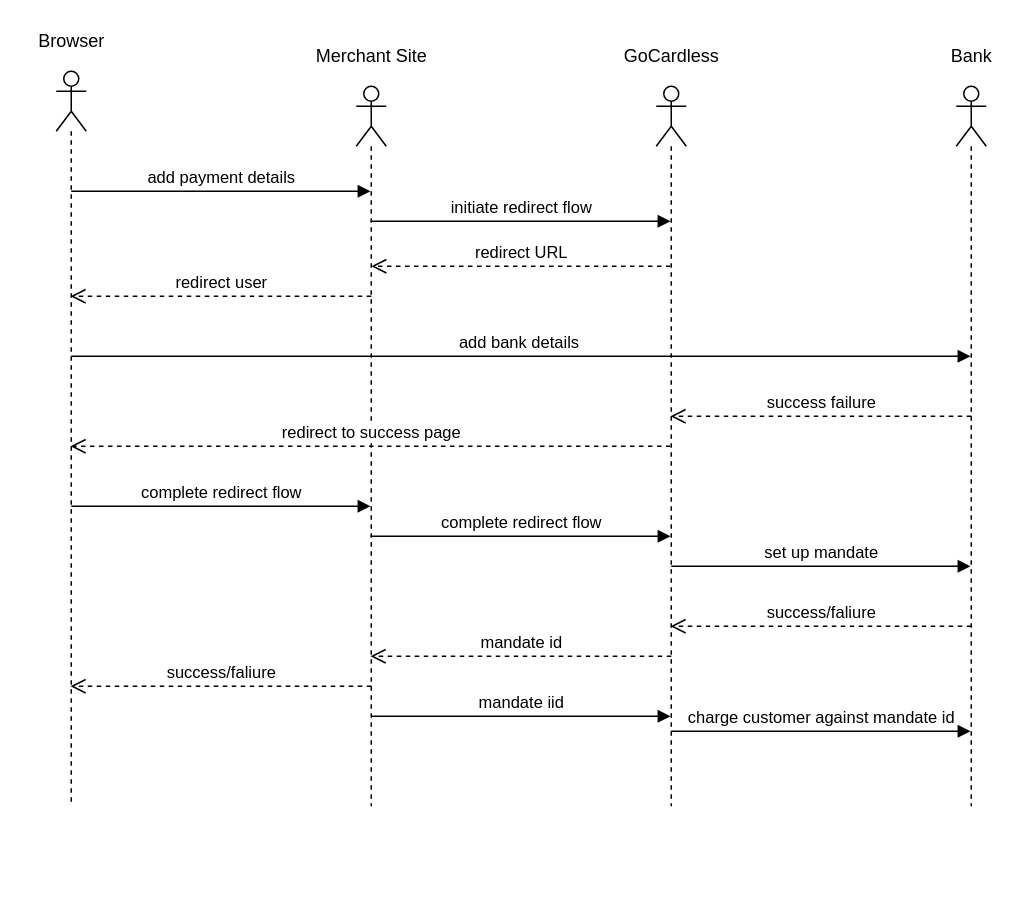
This is page "How-GoCardless-Works" (1 of 2) of userguide/assets/PaymentPlugin.drawio from killbill/killbill-docs, a draw.io file, before an edit. Source tidied: cells renumbered, new cells numbered last; positions are measured from the earlier drawing's top-left corner, leaving out a move shared by most shapes. Both pictures are drawn from the tidied source at 150%, with x=0, y=0 at pixel (26, 26).
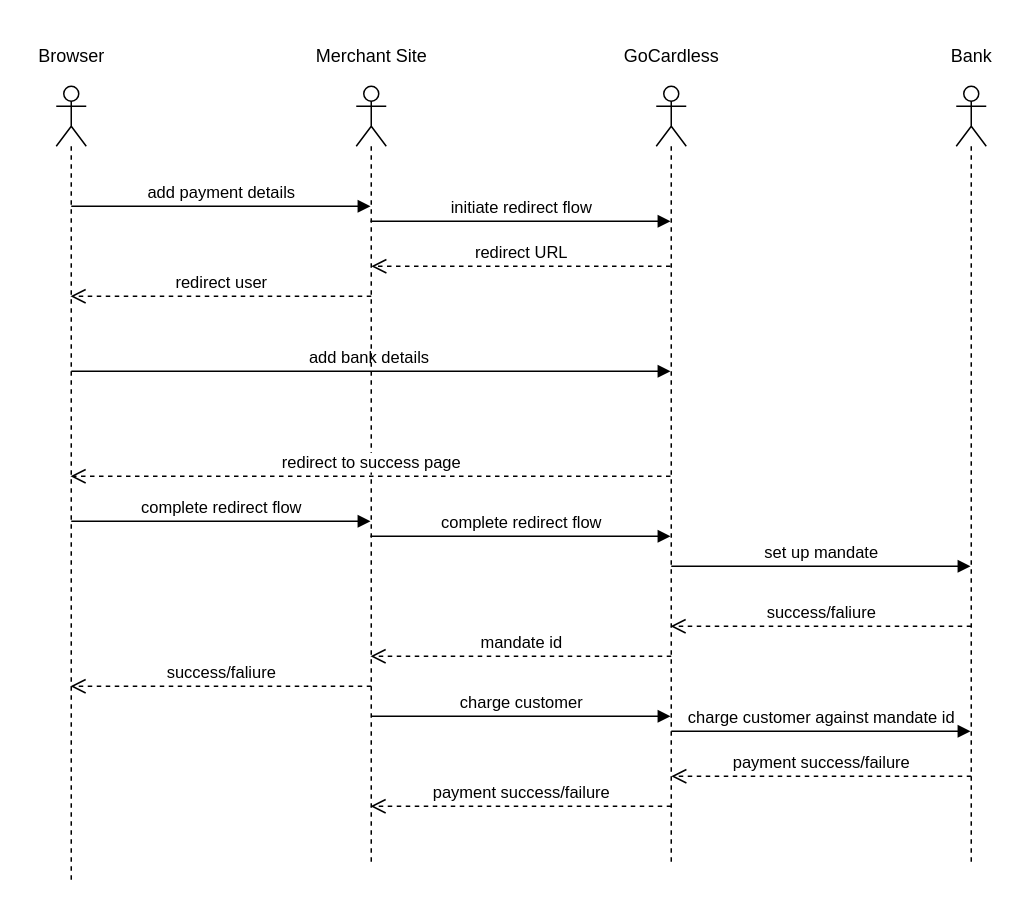
Above is the later version.

Change to the diagram source:
```diff
@@
     <mxCell id="2" style="shape=umlLifeline;participant=umlActor;perimeter=lifelinePerimeter;whiteSpace=wrap;html=1;verticalAlign=top;spacingTop=36;outlineConnect=0;" parent="1" vertex="1">
-      <mxGeometry x="20" y="30" width="20" height="490" as="geometry" />
+      <mxGeometry x="20" y="40" width="20" height="530" as="geometry" />
     </mxCell>
@@
-    <mxCell id="4" value="add bank details&amp;nbsp;" style="html=1;verticalAlign=bottom;endArrow=block;" parent="2" edge="1" target="15">
+    <mxCell id="4" value="add bank details&amp;nbsp;" style="html=1;verticalAlign=bottom;endArrow=block;" parent="2" edge="1" target="10">
       <mxGeometry relative="1" as="geometry">
         <mxPoint x="10" y="190" as="sourcePoint" />
       </mxGeometry>
     </mxCell>
@@
     <mxCell id="6" value="Browser" style="text;html=1;align=center;verticalAlign=middle;" parent="1" vertex="1">
-      <mxGeometry width="60" height="20" as="geometry" />
+      <mxGeometry y="10" width="60" height="20" as="geometry" />
     </mxCell>
     <mxCell id="7" style="shape=umlLifeline;participant=umlActor;perimeter=lifelinePerimeter;whiteSpace=wrap;html=1;verticalAlign=top;spacingTop=36;outlineConnect=0;" parent="1" vertex="1">
-      <mxGeometry x="220" y="40" width="20" height="480" as="geometry" />
+      <mxGeometry x="220" y="40" width="20" height="520" as="geometry" />
     </mxCell>
-    <mxCell id="8" value="mandate iid" style="html=1;verticalAlign=bottom;endArrow=block;" parent="7" edge="1" target="10">
+    <mxCell id="8" value="charge customer" style="html=1;verticalAlign=bottom;endArrow=block;" parent="7" edge="1" target="10">
       <mxGeometry relative="1" as="geometry">
         <mxPoint x="10" y="420" as="sourcePoint" />
       </mxGeometry>
     </mxCell>
@@
     <mxCell id="10" style="shape=umlLifeline;participant=umlActor;perimeter=lifelinePerimeter;whiteSpace=wrap;html=1;verticalAlign=top;spacingTop=36;outlineConnect=0;" parent="1" vertex="1">
-      <mxGeometry x="420" y="40" width="20" height="480" as="geometry" />
+      <mxGeometry x="420" y="40" width="20" height="520" as="geometry" />
     </mxCell>
@@
     <mxCell id="15" style="shape=umlLifeline;participant=umlActor;perimeter=lifelinePerimeter;whiteSpace=wrap;html=1;verticalAlign=top;spacingTop=36;outlineConnect=0;" parent="1" vertex="1">
-      <mxGeometry x="620" y="40" width="20" height="480" as="geometry" />
+      <mxGeometry x="620" y="40" width="20" height="520" as="geometry" />
     </mxCell>
@@
-    <mxCell id="20" value="success failure" style="html=1;verticalAlign=bottom;endArrow=open;dashed=1;endSize=8;" parent="1" edge="1" target="10">
-      <mxGeometry relative="1" as="geometry">
-        <mxPoint x="630" y="260" as="sourcePoint" />
-      </mxGeometry>
-    </mxCell>
@@
+    <mxCell id="25" value="payment success/failure" style="html=1;verticalAlign=bottom;endArrow=open;dashed=1;endSize=8;" parent="1" edge="1">
+      <mxGeometry relative="1" as="geometry">
+        <mxPoint x="630" y="500" as="sourcePoint" />
+        <mxPoint x="430" y="500" as="targetPoint" />
+      </mxGeometry>
+    </mxCell>
+    <mxCell id="26" value="payment success/failure" style="html=1;verticalAlign=bottom;endArrow=open;dashed=1;endSize=8;" parent="1" edge="1" target="7">
+      <mxGeometry relative="1" as="geometry">
+        <mxPoint x="430" y="520" as="sourcePoint" />
+      </mxGeometry>
+    </mxCell>
```
